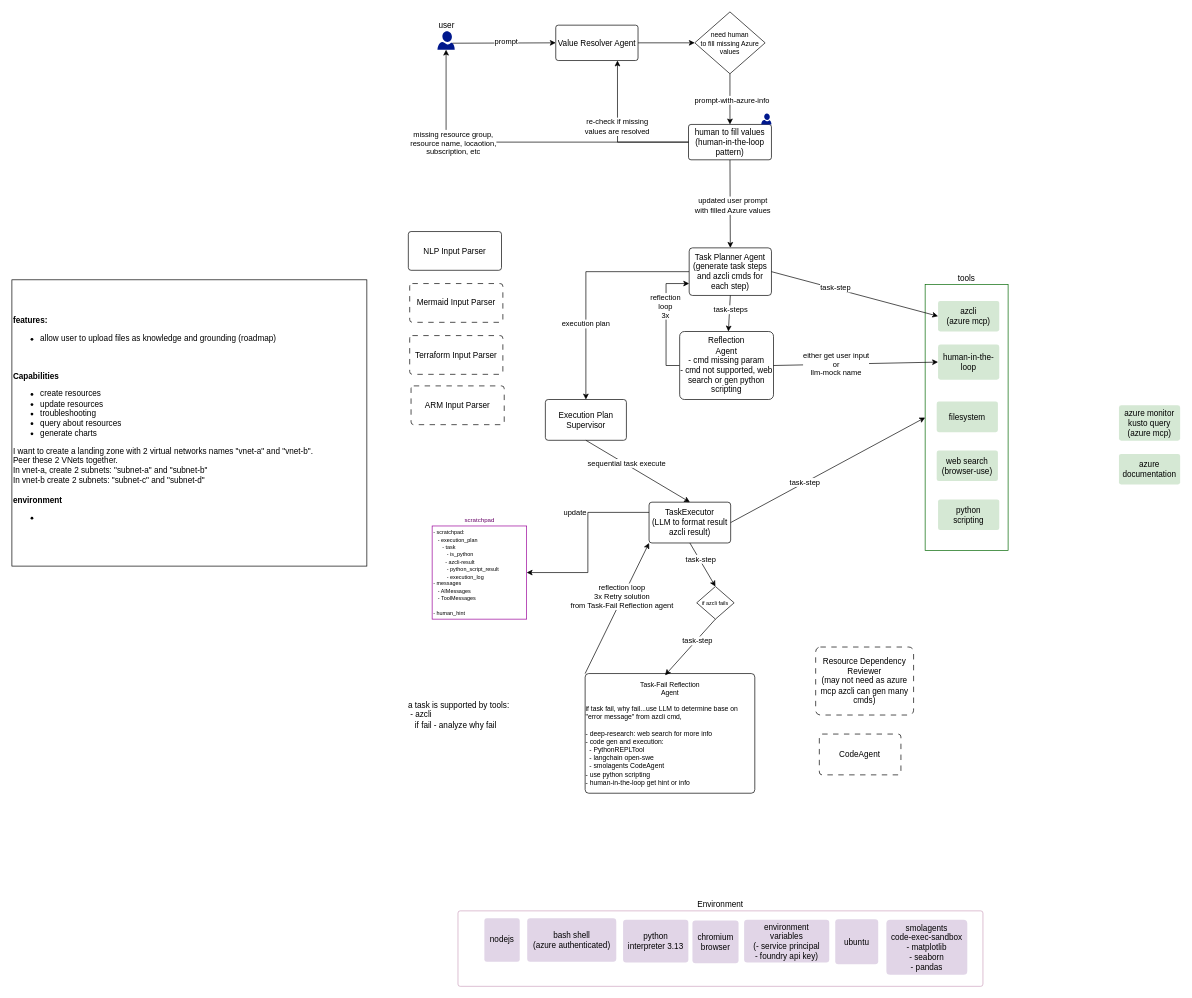
weixian-zhang/lena.ai keeps this draw.io diagram as docs/system_design.drawio. Above is the earlier version. Source tidied: cells renumbered, new cells numbered last; positions are measured from the earlier drawing's top-left corner, leaving out a move shared by most shapes. Both pictures are drawn from the tidied source at 68%, with x=0, y=0 at pixel (12, 12).
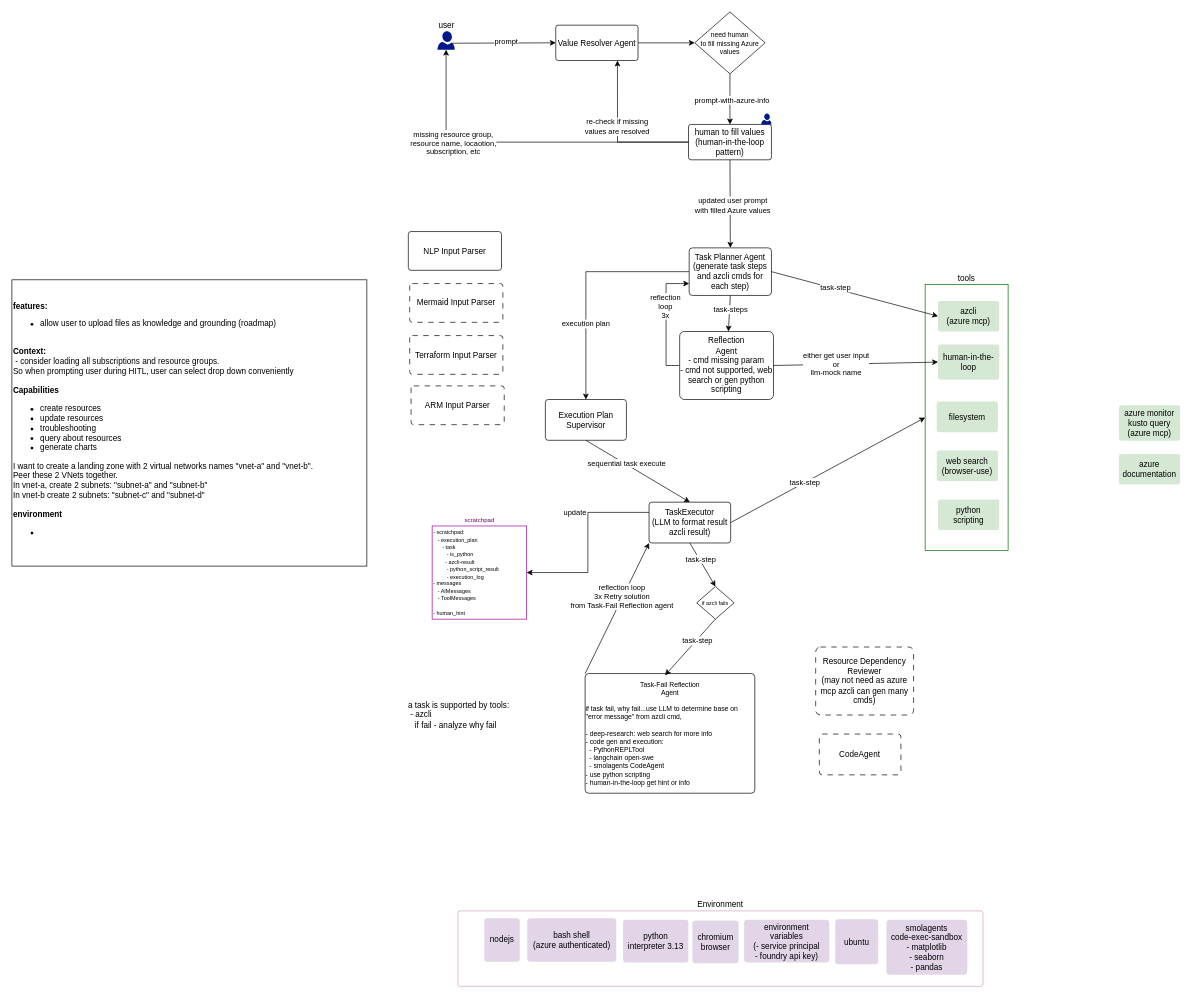
The same diagram, later.

Commit message (it also covers changes not shown here):
feat(value_resolver_agent): updated agent to for full cycle of HITL

Diff of the diagram source:
```diff
@@
-    <mxCell id="17" value="&lt;div&gt;&lt;b&gt;features:&lt;/b&gt;&lt;/div&gt;&lt;div&gt;&lt;ul&gt;&lt;li&gt;allow user to upload files as knowledge and grounding (roadmap)&lt;/li&gt;&lt;/ul&gt;&lt;/div&gt;&lt;div&gt;&lt;b&gt;&lt;br&gt;&lt;/b&gt;&lt;/div&gt;&lt;div&gt;&lt;b&gt;&lt;br&gt;Capabilities&lt;/b&gt;&lt;/div&gt;&lt;div&gt;&lt;ul&gt;&lt;li&gt;create resources&lt;/li&gt;&lt;li&gt;update resources&lt;/li&gt;&lt;li&gt;troubleshooting&lt;/li&gt;&lt;li&gt;query about resources&lt;/li&gt;&lt;li&gt;generate charts&lt;/li&gt;&lt;/ul&gt;&lt;/div&gt;I want to create a landing zone with 2 virtual networks names &quot;vnet-a&quot; and &quot;vnet-b&quot;.&lt;div&gt;Peer these 2 VNets together.&lt;/div&gt;&lt;div&gt;In vnet-a, create 2 subnets: &quot;subnet-a&quot; and &quot;subnet-b&quot;&lt;/div&gt;&lt;div&gt;In vnet-b create 2 subnets: &quot;subnet-c&quot; and &quot;subnet-d&quot;&lt;/div&gt;&lt;div&gt;&lt;br&gt;&lt;/div&gt;&lt;div&gt;&lt;b&gt;environment&lt;/b&gt;&lt;/div&gt;&lt;div&gt;&lt;ul&gt;&lt;li&gt;&lt;b&gt;&lt;br&gt;&lt;/b&gt;&lt;/li&gt;&lt;/ul&gt;&lt;/div&gt;" style="text;html=1;whiteSpace=wrap;strokeColor=default;fillColor=none;align=left;verticalAlign=middle;rounded=0;labelPosition=center;verticalLabelPosition=middle;" parent="1" vertex="1">
+    <mxCell id="17" value="&lt;div&gt;&lt;b&gt;features:&lt;/b&gt;&lt;/div&gt;&lt;div&gt;&lt;ul&gt;&lt;li&gt;allow user to upload files as knowledge and grounding (roadmap)&lt;/li&gt;&lt;/ul&gt;&lt;/div&gt;&lt;div&gt;&lt;b&gt;&lt;br&gt;&lt;/b&gt;&lt;/div&gt;&lt;div&gt;&lt;b&gt;Context:&lt;/b&gt;&lt;/div&gt;&lt;div&gt;&amp;nbsp;- consider loading all subscriptions and resource groups.&lt;/div&gt;&lt;div&gt;So when prompting user during HITL, user can select drop down conveniently&lt;/div&gt;&lt;div&gt;&lt;b&gt;&lt;br&gt;Capabilities&lt;/b&gt;&lt;/div&gt;&lt;div&gt;&lt;ul&gt;&lt;li&gt;create resources&lt;/li&gt;&lt;li&gt;update resources&lt;/li&gt;&lt;li&gt;troubleshooting&lt;/li&gt;&lt;li&gt;query about resources&lt;/li&gt;&lt;li&gt;generate charts&lt;/li&gt;&lt;/ul&gt;&lt;/div&gt;I want to create a landing zone with 2 virtual networks names &quot;vnet-a&quot; and &quot;vnet-b&quot;.&lt;div&gt;Peer these 2 VNets together.&lt;/div&gt;&lt;div&gt;In vnet-a, create 2 subnets: &quot;subnet-a&quot; and &quot;subnet-b&quot;&lt;/div&gt;&lt;div&gt;In vnet-b create 2 subnets: &quot;subnet-c&quot; and &quot;subnet-d&quot;&lt;/div&gt;&lt;div&gt;&lt;br&gt;&lt;/div&gt;&lt;div&gt;&lt;b&gt;environment&lt;/b&gt;&lt;/div&gt;&lt;div&gt;&lt;ul&gt;&lt;li&gt;&lt;b&gt;&lt;br&gt;&lt;/b&gt;&lt;/li&gt;&lt;/ul&gt;&lt;/div&gt;" style="text;html=1;whiteSpace=wrap;strokeColor=default;fillColor=none;align=left;verticalAlign=middle;rounded=0;labelPosition=center;verticalLabelPosition=middle;" parent="1" vertex="1">
       <mxGeometry y="394" width="522" height="421" as="geometry" />
     </mxCell>
```
